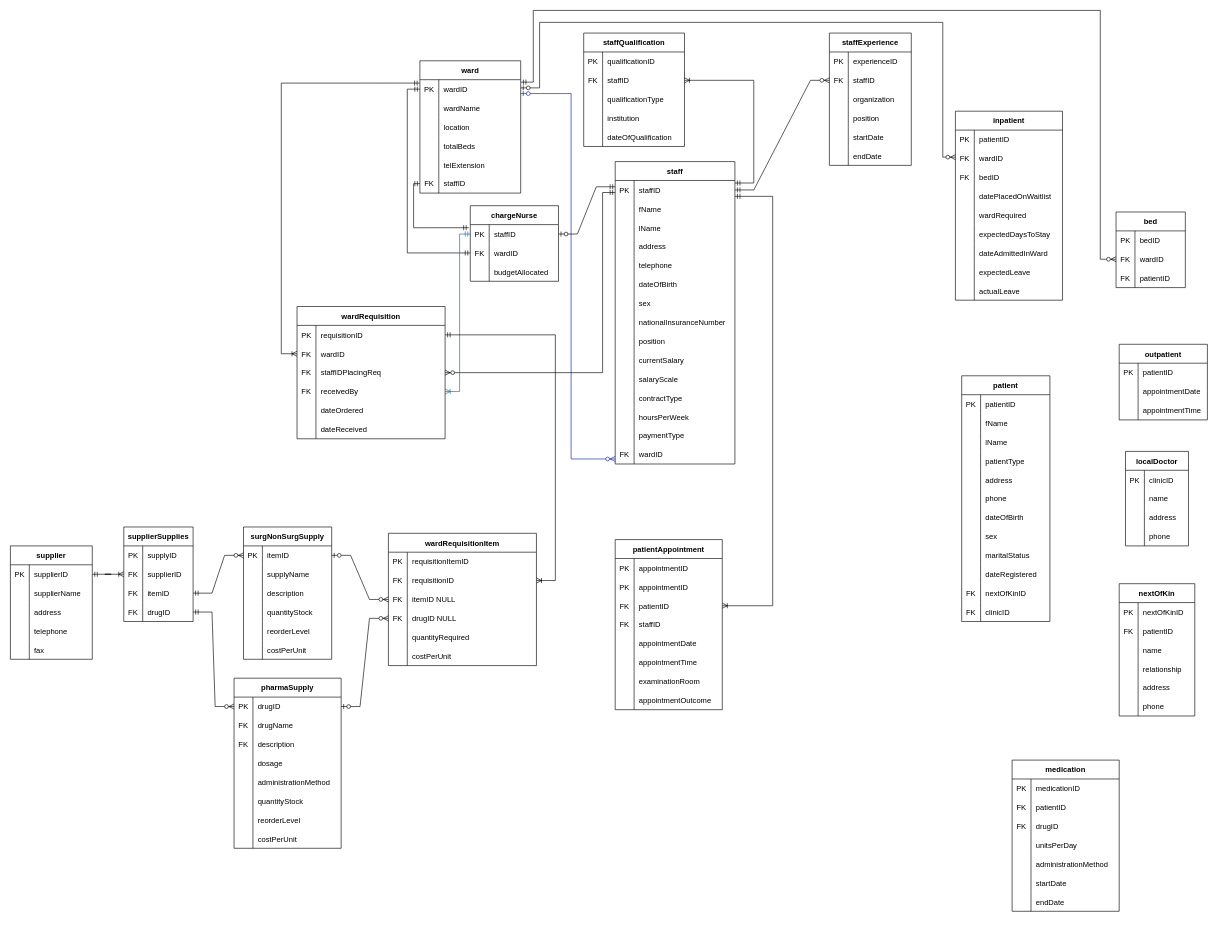
Before: page "ERD" (3 of 3) of meadows.drawio in reynchick/meadows, a draw.io diagram. Source tidied: cells renumbered, new cells numbered last; positions are measured from the earlier drawing's top-left corner, leaving out a move shared by most shapes. Both pictures are drawn from the tidied source at 63%, with x=0, y=0 at pixel (10, 10).
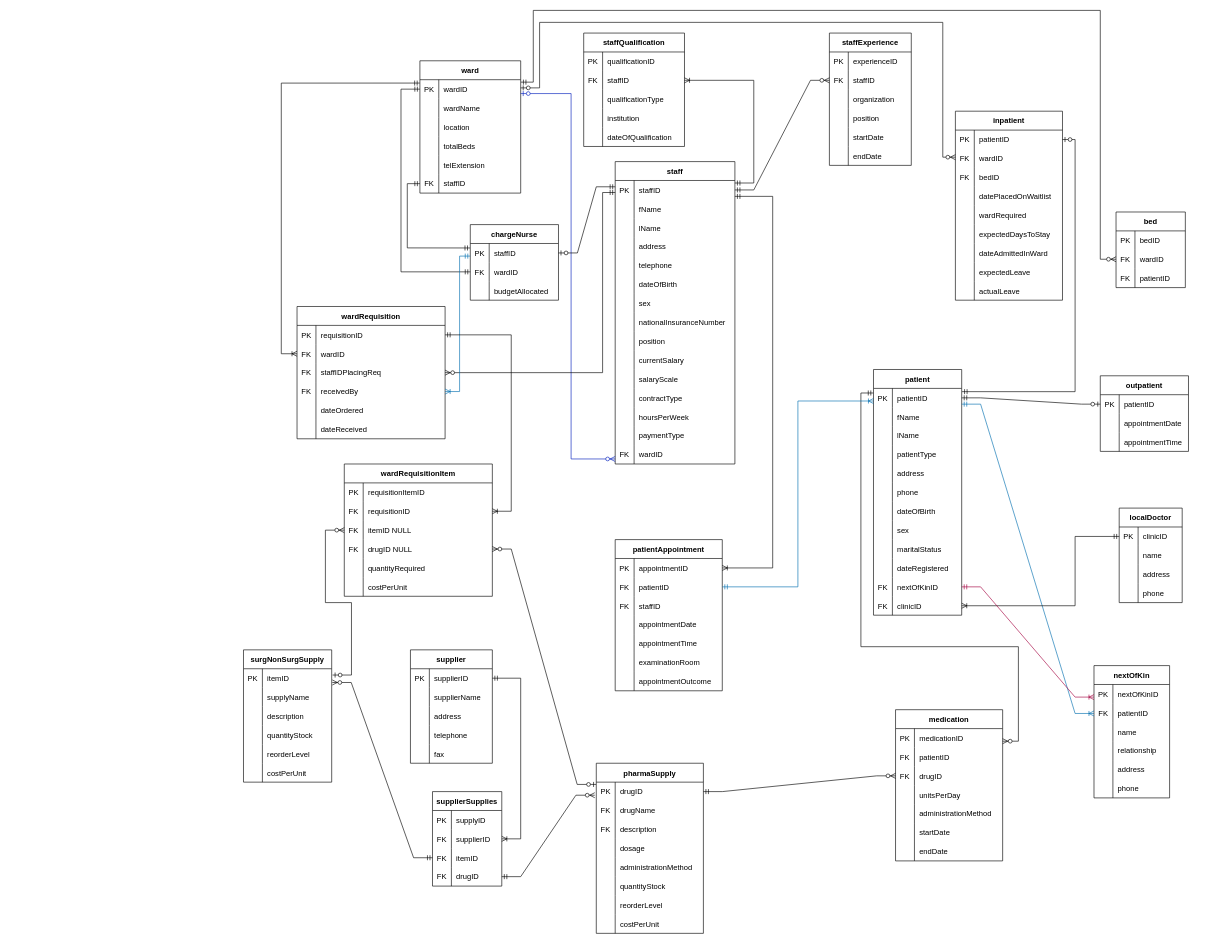
The same diagram, later.

The change refers to these unchanged cells:
```xml
<mxCell id="3" style="shape=tableRow;horizontal=0;startSize=0;swimlaneHead=0;swimlaneBody=0;fillColor=none;points=[[0,0.5],[1,0.5]];portConstraint=eastwest;strokeColor=inherit;top=0;left=0;right=0;bottom=0;" parent="2" vertex="1">
  <mxGeometry y="30" width="160" height="30" as="geometry" />
</mxCell>
<mxCell id="18" style="shape=tableRow;horizontal=0;startSize=0;swimlaneHead=0;swimlaneBody=0;fillColor=none;points=[[0,0.5],[1,0.5]];portConstraint=eastwest;strokeColor=inherit;top=0;left=0;right=0;bottom=0;" parent="2" vertex="1">
  <mxGeometry y="180" width="160" height="30" as="geometry" />
</mxCell>
<mxCell id="22" style="shape=tableRow;horizontal=0;startSize=0;swimlaneHead=0;swimlaneBody=0;fillColor=none;points=[[0,0.5],[1,0.5]];portConstraint=eastwest;strokeColor=inherit;top=0;left=0;right=0;bottom=0;" parent="21" vertex="1">
  <mxGeometry y="30" width="190" height="30" as="geometry" />
</mxCell>
<mxCell id="103" style="shape=tableRow;horizontal=0;startSize=0;swimlaneHead=0;swimlaneBody=0;fillColor=none;points=[[0,0.5],[1,0.5]];portConstraint=eastwest;strokeColor=inherit;top=0;left=0;right=0;bottom=0;" parent="102" vertex="1">
  <mxGeometry y="30" width="140" height="30" as="geometry" />
</mxCell>
<mxCell id="106" style="shape=tableRow;horizontal=0;startSize=0;swimlaneHead=0;swimlaneBody=0;fillColor=none;points=[[0,0.5],[1,0.5]];portConstraint=eastwest;strokeColor=inherit;top=0;left=0;right=0;bottom=0;" parent="102" vertex="1">
  <mxGeometry y="60" width="140" height="30" as="geometry" />
</mxCell>
<mxCell id="113" style="shape=tableRow;horizontal=0;startSize=0;swimlaneHead=0;swimlaneBody=0;fillColor=none;points=[[0,0.5],[1,0.5]];portConstraint=eastwest;strokeColor=inherit;top=0;left=0;right=0;bottom=0;" parent="112" vertex="1">
  <mxGeometry y="30" width="140" height="30" as="geometry" />
</mxCell>
<mxCell id="143" style="shape=tableRow;horizontal=0;startSize=0;swimlaneHead=0;swimlaneBody=0;fillColor=none;points=[[0,0.5],[1,0.5]];portConstraint=eastwest;strokeColor=inherit;top=0;left=0;right=0;bottom=0;" parent="112" vertex="1">
  <mxGeometry y="330" width="140" height="30" as="geometry" />
</mxCell>
<mxCell id="146" style="shape=tableRow;horizontal=0;startSize=0;swimlaneHead=0;swimlaneBody=0;fillColor=none;points=[[0,0.5],[1,0.5]];portConstraint=eastwest;strokeColor=inherit;top=0;left=0;right=0;bottom=0;" parent="112" vertex="1">
  <mxGeometry y="360" width="140" height="30" as="geometry" />
</mxCell>
<mxCell id="150" style="shape=tableRow;horizontal=0;startSize=0;swimlaneHead=0;swimlaneBody=0;fillColor=none;points=[[0,0.5],[1,0.5]];portConstraint=eastwest;strokeColor=inherit;top=0;left=0;right=0;bottom=0;" parent="149" vertex="1">
  <mxGeometry y="30" width="120" height="30" as="geometry" />
</mxCell>
<mxCell id="169" style="shape=tableRow;horizontal=0;startSize=0;swimlaneHead=0;swimlaneBody=0;fillColor=none;points=[[0,0.5],[1,0.5]];portConstraint=eastwest;strokeColor=inherit;top=0;left=0;right=0;bottom=0;" parent="168" vertex="1">
  <mxGeometry y="30" width="100" height="30" as="geometry" />
</mxCell>
<mxCell id="207" style="shape=tableRow;horizontal=0;startSize=0;swimlaneHead=0;swimlaneBody=0;fillColor=none;points=[[0,0.5],[1,0.5]];portConstraint=eastwest;strokeColor=inherit;top=0;left=0;right=0;bottom=0;" parent="206" vertex="1">
  <mxGeometry y="30" width="170" height="30" as="geometry" />
</mxCell>
<mxCell id="245" style="shape=tableRow;horizontal=0;startSize=0;swimlaneHead=0;swimlaneBody=0;fillColor=none;points=[[0,0.5],[1,0.5]];portConstraint=eastwest;strokeColor=inherit;top=0;left=0;right=0;bottom=0;" parent="244" vertex="1">
  <mxGeometry y="30" width="170" height="30" as="geometry" />
</mxCell>
<mxCell id="251" style="shape=tableRow;horizontal=0;startSize=0;swimlaneHead=0;swimlaneBody=0;fillColor=none;points=[[0,0.5],[1,0.5]];portConstraint=eastwest;strokeColor=inherit;top=0;left=0;right=0;bottom=0;" parent="244" vertex="1">
  <mxGeometry y="90" width="170" height="30" as="geometry" />
</mxCell>
<mxCell id="289" style="shape=tableRow;horizontal=0;startSize=0;swimlaneHead=0;swimlaneBody=0;fillColor=none;points=[[0,0.5],[1,0.5]];portConstraint=eastwest;strokeColor=inherit;top=0;left=0;right=0;bottom=0;" parent="282" vertex="1">
  <mxGeometry y="90" width="110" height="30" as="geometry" />
</mxCell>
<mxCell id="292" style="shape=tableRow;horizontal=0;startSize=0;swimlaneHead=0;swimlaneBody=0;fillColor=none;points=[[0,0.5],[1,0.5]];portConstraint=eastwest;strokeColor=inherit;top=0;left=0;right=0;bottom=0;" parent="282" vertex="1">
  <mxGeometry y="120" width="110" height="30" as="geometry" />
</mxCell>
<mxCell id="296" style="shape=tableRow;horizontal=0;startSize=0;swimlaneHead=0;swimlaneBody=0;fillColor=none;points=[[0,0.5],[1,0.5]];portConstraint=eastwest;strokeColor=inherit;top=0;left=0;right=0;bottom=0;" parent="295" vertex="1">
  <mxGeometry y="30" width="140" height="30" as="geometry" />
</mxCell>
<mxCell id="308" style="shape=tableRow;horizontal=0;startSize=0;swimlaneHead=0;swimlaneBody=0;fillColor=none;points=[[0,0.5],[1,0.5]];portConstraint=eastwest;strokeColor=inherit;top=0;left=0;right=0;bottom=0;" parent="307" vertex="1">
  <mxGeometry y="30" width="140" height="30" as="geometry" />
</mxCell>
<mxCell id="328" style="shape=tableRow;horizontal=0;startSize=0;swimlaneHead=0;swimlaneBody=0;fillColor=none;points=[[0,0.5],[1,0.5]];portConstraint=eastwest;strokeColor=inherit;top=0;left=0;right=0;bottom=0;" parent="327" vertex="1">
  <mxGeometry y="30" width="170" height="30" as="geometry" />
</mxCell>
<mxCell id="363" style="shape=tableRow;horizontal=0;startSize=0;swimlaneHead=0;swimlaneBody=0;fillColor=none;points=[[0,0.5],[1,0.5]];portConstraint=eastwest;strokeColor=inherit;top=0;left=0;right=0;bottom=0;" parent="353" vertex="1">
  <mxGeometry y="120" width="235" height="30" as="geometry" />
</mxCell>
<mxCell id="379" style="shape=tableRow;horizontal=0;startSize=0;swimlaneHead=0;swimlaneBody=0;fillColor=none;points=[[0,0.5],[1,0.5]];portConstraint=eastwest;strokeColor=inherit;top=0;left=0;right=0;bottom=0;" parent="372" vertex="1">
  <mxGeometry y="90" width="235" height="30" as="geometry" />
</mxCell>
<mxCell id="382" style="shape=tableRow;horizontal=0;startSize=0;swimlaneHead=0;swimlaneBody=0;fillColor=none;points=[[0,0.5],[1,0.5]];portConstraint=eastwest;strokeColor=inherit;top=0;left=0;right=0;bottom=0;" parent="372" vertex="1">
  <mxGeometry y="120" width="235" height="30" as="geometry" />
</mxCell>
```

Change to the diagram source:
```diff
@@
     <mxCell id="102" value="chargeNurse" style="shape=table;startSize=30;childLayout=tableLayout;rowLines=0;fontStyle=1;align=center;" parent="1" vertex="1">
-      <mxGeometry x="730" y="310" width="140" height="120" as="geometry" />
+      <mxGeometry x="730" y="340" width="140" height="120" as="geometry" />
     </mxCell>
@@
     <mxCell id="112" value="patient" style="shape=table;startSize=30;childLayout=tableLayout;rowLines=0;fontStyle=1;align=center;" parent="1" vertex="1">
-      <mxGeometry x="1510" y="580" width="140" height="390" as="geometry" />
+      <mxGeometry x="1370" y="570" width="140" height="390" as="geometry" />
     </mxCell>
@@
     <mxCell id="149" value="nextOfKin" style="shape=table;startSize=30;childLayout=tableLayout;rowLines=0;fontStyle=1;align=center;" parent="1" vertex="1">
-      <mxGeometry x="1760" y="910" width="120" height="210" as="geometry" />
+      <mxGeometry x="1720" y="1040" width="120" height="210" as="geometry" />
     </mxCell>
@@
     <mxCell id="168" value="localDoctor" style="shape=table;startSize=30;childLayout=tableLayout;rowLines=0;fontStyle=1;align=center;" parent="1" vertex="1">
-      <mxGeometry x="1770" y="700" width="100" height="150" as="geometry" />
+      <mxGeometry x="1760" y="790" width="100" height="150" as="geometry" />
     </mxCell>
@@
     <mxCell id="181" value="patientAppointment" style="shape=table;startSize=30;childLayout=tableLayout;rowLines=0;fontStyle=1;align=center;" parent="1" vertex="1">
-      <mxGeometry x="960" y="840" width="170" height="270" as="geometry" />
+      <mxGeometry x="960" y="840" width="170" height="240" as="geometry" />
     </mxCell>
-    <mxCell id="182" style="shape=tableRow;horizontal=0;startSize=0;swimlaneHead=0;swimlaneBody=0;fillColor=none;strokeColor=inherit;top=0;left=0;right=0;bottom=0;" parent="181" vertex="1">
-      <mxGeometry y="30" width="170" height="30" as="geometry" />
-    </mxCell>
-    <mxCell id="183" value="PK" style="shape=partialRectangle;overflow=hidden;fillColor=none;strokeColor=inherit;top=0;left=0;bottom=0;right=0;" parent="182" vertex="1">
-      <mxGeometry width="30" height="30" as="geometry" />
-    </mxCell>
-    <mxCell id="184" value="appointmentID" style="shape=partialRectangle;overflow=hidden;fillColor=none;align=left;strokeColor=inherit;top=0;left=0;bottom=0;right=0;spacingLeft=6;" parent="182" vertex="1">
-      <mxGeometry x="30" width="140" height="30" as="geometry" />
-    </mxCell>
     <mxCell id="185" style="shape=tableRow;horizontal=0;startSize=0;swimlaneHead=0;swimlaneBody=0;fillColor=none;points=[[0,0.5],[1,0.5]];portConstraint=eastwest;strokeColor=inherit;top=0;left=0;right=0;bottom=0;" parent="181" vertex="1">
-      <mxGeometry y="60" width="170" height="30" as="geometry" />
+      <mxGeometry y="30" width="170" height="30" as="geometry" />
     </mxCell>
@@
     <mxCell id="188" style="shape=tableRow;horizontal=0;startSize=0;swimlaneHead=0;swimlaneBody=0;fillColor=none;points=[[0,0.5],[1,0.5]];portConstraint=eastwest;strokeColor=inherit;top=0;left=0;right=0;bottom=0;" parent="181" vertex="1">
-      <mxGeometry y="90" width="170" height="30" as="geometry" />
+      <mxGeometry y="60" width="170" height="30" as="geometry" />
     </mxCell>
@@
     <mxCell id="191" style="shape=tableRow;horizontal=0;startSize=0;swimlaneHead=0;swimlaneBody=0;fillColor=none;strokeColor=inherit;top=0;left=0;right=0;bottom=0;" parent="181" vertex="1">
-      <mxGeometry y="120" width="170" height="30" as="geometry" />
+      <mxGeometry y="90" width="170" height="30" as="geometry" />
     </mxCell>
@@
     <mxCell id="194" style="shape=tableRow;horizontal=0;startSize=0;swimlaneHead=0;swimlaneBody=0;fillColor=none;strokeColor=inherit;top=0;left=0;right=0;bottom=0;" parent="181" vertex="1">
-      <mxGeometry y="150" width="170" height="30" as="geometry" />
+      <mxGeometry y="120" width="170" height="30" as="geometry" />
     </mxCell>
@@
     <mxCell id="197" style="shape=tableRow;horizontal=0;startSize=0;swimlaneHead=0;swimlaneBody=0;fillColor=none;strokeColor=inherit;top=0;left=0;right=0;bottom=0;" parent="181" vertex="1">
-      <mxGeometry y="180" width="170" height="30" as="geometry" />
+      <mxGeometry y="150" width="170" height="30" as="geometry" />
     </mxCell>
@@
     <mxCell id="200" style="shape=tableRow;horizontal=0;startSize=0;swimlaneHead=0;swimlaneBody=0;fillColor=none;strokeColor=inherit;top=0;left=0;right=0;bottom=0;" parent="181" vertex="1">
-      <mxGeometry y="210" width="170" height="30" as="geometry" />
+      <mxGeometry y="180" width="170" height="30" as="geometry" />
     </mxCell>
@@
     <mxCell id="203" style="shape=tableRow;horizontal=0;startSize=0;swimlaneHead=0;swimlaneBody=0;fillColor=none;strokeColor=inherit;top=0;left=0;right=0;bottom=0;" parent="181" vertex="1">
-      <mxGeometry y="240" width="170" height="30" as="geometry" />
+      <mxGeometry y="210" width="170" height="30" as="geometry" />
     </mxCell>
@@
     <mxCell id="244" value="medication" style="shape=table;startSize=30;childLayout=tableLayout;rowLines=0;fontStyle=1;align=center;" parent="1" vertex="1">
-      <mxGeometry x="1590" y="1190" width="170" height="240" as="geometry" />
+      <mxGeometry x="1405" y="1110" width="170" height="240" as="geometry" />
     </mxCell>
@@
     <mxCell id="266" value="supplier" style="shape=table;startSize=30;childLayout=tableLayout;rowLines=0;fontStyle=1;align=center;" parent="1" vertex="1">
-      <mxGeometry y="850" width="130" height="180" as="geometry" />
+      <mxGeometry x="635" y="1015" width="130" height="180" as="geometry" />
     </mxCell>
@@
     <mxCell id="282" value="supplierSupplies" style="shape=table;startSize=30;childLayout=tableLayout;rowLines=0;fontStyle=1;align=center;" parent="1" vertex="1">
-      <mxGeometry x="180" y="820" width="110" height="150" as="geometry" />
+      <mxGeometry x="670" y="1240" width="110" height="150" as="geometry" />
     </mxCell>
@@
     <mxCell id="295" value="outpatient" style="shape=table;startSize=30;childLayout=tableLayout;rowLines=0;fontStyle=1;align=center;" parent="1" vertex="1">
-      <mxGeometry x="1760" y="530" width="140" height="120" as="geometry" />
+      <mxGeometry x="1730" y="580" width="140" height="120" as="geometry" />
     </mxCell>
@@
     <mxCell id="307" value="surgNonSurgSupply" style="shape=table;startSize=30;childLayout=tableLayout;rowLines=0;fontStyle=1;align=center;" parent="1" vertex="1">
-      <mxGeometry x="370" y="820" width="140" height="210" as="geometry" />
+      <mxGeometry x="370" y="1015" width="140" height="210" as="geometry" />
     </mxCell>
@@
     <mxCell id="327" value="pharmaSupply" style="shape=table;startSize=30;childLayout=tableLayout;rowLines=0;fontStyle=1;align=center;" parent="1" vertex="1">
-      <mxGeometry x="355" y="1060" width="170" height="270" as="geometry" />
+      <mxGeometry x="930" y="1195" width="170" height="270" as="geometry" />
     </mxCell>
@@
     <mxCell id="372" value="wardRequisitionItem" style="shape=table;startSize=30;childLayout=tableLayout;rowLines=0;fontStyle=1;align=center;" parent="1" vertex="1">
-      <mxGeometry x="600" y="830" width="235" height="210" as="geometry" />
+      <mxGeometry x="530" y="720" width="235" height="210" as="geometry" />
     </mxCell>
@@
-    <mxCell id="391" style="edgeStyle=orthogonalEdgeStyle;fontSize=12;html=1;endArrow=ERoneToMany;startArrow=ERmandOne;rounded=0;exitX=1;exitY=0.84;exitDx=0;exitDy=0;exitPerimeter=0;entryX=1;entryY=0.5;entryDx=0;entryDy=0;" parent="1" edge="1" source="22" target="188">
+    <mxCell id="391" style="edgeStyle=orthogonalEdgeStyle;fontSize=12;html=1;endArrow=ERoneToMany;startArrow=ERmandOne;rounded=0;exitX=1;exitY=0.84;exitDx=0;exitDy=0;exitPerimeter=0;entryX=1;entryY=0.5;entryDx=0;entryDy=0;" parent="1" edge="1" source="22" target="185">
       <mxGeometry relative="1" as="geometry">
         <Array as="points">
           <mxPoint x="1210" y="295" />
-          <mxPoint x="1210" y="945" />
+          <mxPoint x="1210" y="885" />
         </Array>
       </mxGeometry>
     </mxCell>
@@
-    <mxCell id="394" style="edgeStyle=orthogonalEdgeStyle;fontSize=12;html=1;endArrow=ERmandOne;startArrow=ERmandOne;rounded=0;entryX=0;entryY=0.5;entryDx=0;entryDy=0;exitX=0;exitY=0.5;exitDx=0;exitDy=0;" parent="1" edge="1" source="3" target="106">
+    <mxCell id="394" style="edgeStyle=orthogonalEdgeStyle;fontSize=12;html=1;endArrow=ERmandOne;startArrow=ERmandOne;rounded=0;exitX=0;exitY=0.5;exitDx=0;exitDy=0;entryX=0;entryY=0.5;entryDx=0;entryDy=0;" parent="1" edge="1" source="3" target="106">
       <mxGeometry relative="1" as="geometry">
         <Array as="points">
-          <mxPoint x="630" y="125" />
-          <mxPoint x="630" y="385" />
+          <mxPoint x="620" y="125" />
+          <mxPoint x="620" y="415" />
         </Array>
       </mxGeometry>
     </mxCell>
-    <mxCell id="395" style="edgeStyle=entityRelationEdgeStyle;fontSize=12;html=1;endArrow=ERzeroToMany;startArrow=ERmandOne;rounded=0;" parent="1" edge="1" source="289" target="308">
+    <mxCell id="395" style="edgeStyle=entityRelationEdgeStyle;fontSize=12;html=1;endArrow=ERzeroToMany;startArrow=ERmandOne;rounded=0;entryX=1.007;entryY=0.727;entryDx=0;entryDy=0;entryPerimeter=0;" parent="1" edge="1" source="289" target="308">
       <mxGeometry relative="1" as="geometry" />
     </mxCell>
@@
-    <mxCell id="397" style="edgeStyle=entityRelationEdgeStyle;fontSize=12;html=1;endArrow=ERzeroToMany;startArrow=ERmandOne;rounded=0;" parent="1" edge="1" source="292" target="328">
+    <mxCell id="397" style="edgeStyle=entityRelationEdgeStyle;fontSize=12;html=1;endArrow=ERzeroToMany;startArrow=ERmandOne;rounded=0;entryX=-0.014;entryY=0.691;entryDx=0;entryDy=0;entryPerimeter=0;" parent="1" edge="1" source="292" target="328">
       <mxGeometry relative="1" as="geometry" />
     </mxCell>
@@
-    <mxCell id="400" style="edgeStyle=orthogonalEdgeStyle;fontSize=12;html=1;endArrow=ERoneToMany;startArrow=ERmandOne;rounded=0;exitX=0;exitY=0.5;exitDx=0;exitDy=0;entryX=1;entryY=0.5;entryDx=0;entryDy=0;fillColor=#1ba1e2;strokeColor=#006EAF;" parent="1" edge="1" source="103" target="363">
+    <mxCell id="400" style="edgeStyle=orthogonalEdgeStyle;fontSize=12;html=1;endArrow=ERoneToMany;startArrow=ERmandOne;rounded=0;entryX=1;entryY=0.5;entryDx=0;entryDy=0;fillColor=#1ba1e2;strokeColor=#006EAF;exitX=0;exitY=0.667;exitDx=0;exitDy=0;exitPerimeter=0;" parent="1" edge="1" source="103" target="363">
       <mxGeometry relative="1" as="geometry">
         <Array as="points">
-          <mxPoint x="713" y="355" />
+          <mxPoint x="713" y="390" />
           <mxPoint x="713" y="605" />
         </Array>
       </mxGeometry>
     </mxCell>
-    <mxCell id="401" style="edgeStyle=orthogonalEdgeStyle;fontSize=12;html=1;endArrow=ERmandOne;startArrow=ERmandOne;rounded=0;entryX=0;entryY=0.5;entryDx=0;entryDy=0;exitX=-0.018;exitY=0.165;exitDx=0;exitDy=0;exitPerimeter=0;" parent="1" edge="1" source="103" target="18">
-      <mxGeometry relative="1" as="geometry" />
+    <mxCell id="401" style="edgeStyle=orthogonalEdgeStyle;fontSize=12;html=1;endArrow=ERmandOne;startArrow=ERmandOne;rounded=0;entryX=0;entryY=0.5;entryDx=0;entryDy=0;exitX=-0.003;exitY=0.237;exitDx=0;exitDy=0;exitPerimeter=0;" parent="1" edge="1" source="103" target="18">
+      <mxGeometry relative="1" as="geometry">
+        <Array as="points">
+          <mxPoint x="720" y="377" />
+          <mxPoint x="630" y="377" />
+          <mxPoint x="630" y="275" />
+        </Array>
+      </mxGeometry>
     </mxCell>
@@
-    <mxCell id="403" style="edgeStyle=entityRelationEdgeStyle;fontSize=12;html=1;endArrow=ERzeroToMany;startArrow=ERzeroToOne;rounded=0;entryX=0;entryY=0.5;entryDx=0;entryDy=0;exitX=1;exitY=0.5;exitDx=0;exitDy=0;" parent="1" edge="1" source="308" target="379">
+    <mxCell id="403" style="edgeStyle=entityRelationEdgeStyle;fontSize=12;html=1;endArrow=ERzeroToMany;startArrow=ERzeroToOne;rounded=0;entryX=0;entryY=0.5;entryDx=0;entryDy=0;exitX=1.01;exitY=0.333;exitDx=0;exitDy=0;exitPerimeter=0;" parent="1" edge="1" source="308" target="379">
       <mxGeometry relative="1" as="geometry">
         <Array as="points">
           <mxPoint x="830" y="1110" />
+          <mxPoint x="550" y="1000" />
+          <mxPoint x="370" y="930" />
+          <mxPoint x="520" y="960" />
+          <mxPoint x="520" y="960" />
+          <mxPoint x="520" y="960" />
+          <mxPoint x="520" y="960" />
         </Array>
       </mxGeometry>
     </mxCell>
-    <mxCell id="404" style="edgeStyle=entityRelationEdgeStyle;fontSize=12;html=1;endArrow=ERzeroToMany;startArrow=ERzeroToOne;rounded=0;entryX=0;entryY=0.5;entryDx=0;entryDy=0;exitX=1;exitY=0.5;exitDx=0;exitDy=0;" parent="1" edge="1" source="328" target="382">
+    <mxCell id="404" style="edgeStyle=entityRelationEdgeStyle;fontSize=12;html=1;endArrow=ERzeroToMany;startArrow=ERzeroToOne;rounded=0;entryX=1;entryY=0.5;entryDx=0;entryDy=0;exitX=-0.002;exitY=0.121;exitDx=0;exitDy=0;exitPerimeter=0;" parent="1" edge="1" source="328" target="382">
       <mxGeometry relative="1" as="geometry">
         <Array as="points">
           <mxPoint x="840" y="1120" />
         </Array>
       </mxGeometry>
     </mxCell>
+    <mxCell id="405" style="edgeStyle=entityRelationEdgeStyle;fontSize=12;html=1;endArrow=ERzeroToMany;startArrow=ERmandOne;rounded=0;entryX=0;entryY=0.5;entryDx=0;entryDy=0;" parent="1" edge="1" source="328" target="251">
+      <mxGeometry relative="1" as="geometry">
+        <Array as="points">
+          <mxPoint x="1610" y="1270" />
+          <mxPoint x="1210" y="1510" />
+        </Array>
+      </mxGeometry>
+    </mxCell>
+    <mxCell id="406" style="edgeStyle=orthogonalEdgeStyle;fontSize=12;html=1;endArrow=ERzeroToMany;startArrow=ERmandOne;rounded=0;exitX=-0.002;exitY=0.243;exitDx=0;exitDy=0;exitPerimeter=0;" parent="1" edge="1" source="113" target="245">
+      <mxGeometry relative="1" as="geometry">
+        <Array as="points">
+          <mxPoint x="1350" y="607" />
+          <mxPoint x="1350" y="1010" />
+          <mxPoint x="1600" y="1010" />
+          <mxPoint x="1600" y="1160" />
+        </Array>
+      </mxGeometry>
+    </mxCell>
+    <mxCell id="407" style="edgeStyle=entityRelationEdgeStyle;fontSize=12;html=1;endArrow=ERoneToMany;startArrow=ERmandOne;rounded=0;entryX=0;entryY=0.5;entryDx=0;entryDy=0;fillColor=#1ba1e2;strokeColor=#006EAF;" parent="1" edge="1">
+      <mxGeometry relative="1" as="geometry">
+        <mxPoint x="1510" y="625" as="sourcePoint" />
+        <mxPoint x="1720" y="1116" as="targetPoint" />
+      </mxGeometry>
+    </mxCell>
+    <mxCell id="408" style="edgeStyle=orthogonalEdgeStyle;fontSize=12;html=1;endArrow=ERoneToMany;startArrow=ERmandOne;rounded=0;exitX=0;exitY=0.5;exitDx=0;exitDy=0;entryX=1;entryY=0.5;entryDx=0;entryDy=0;" parent="1" edge="1" source="169" target="146">
+      <mxGeometry relative="1" as="geometry">
+        <Array as="points">
+          <mxPoint x="1690" y="835" />
+          <mxPoint x="1690" y="945" />
+        </Array>
+      </mxGeometry>
+    </mxCell>
+    <mxCell id="409" style="edgeStyle=entityRelationEdgeStyle;fontSize=12;html=1;endArrow=ERzeroToOne;startArrow=ERmandOne;rounded=0;entryX=0;entryY=0.5;entryDx=0;entryDy=0;exitX=1;exitY=0.5;exitDx=0;exitDy=0;" parent="1" edge="1" source="113" target="296">
+      <mxGeometry relative="1" as="geometry" />
+    </mxCell>
+    <mxCell id="410" style="edgeStyle=orthogonalEdgeStyle;fontSize=12;html=1;endArrow=ERzeroToOne;startArrow=ERmandOne;rounded=0;entryX=1;entryY=0.5;entryDx=0;entryDy=0;exitX=1.004;exitY=0.172;exitDx=0;exitDy=0;exitPerimeter=0;" parent="1" edge="1" source="113" target="207">
+      <mxGeometry relative="1" as="geometry">
+        <Array as="points">
+          <mxPoint x="1690" y="605" />
+          <mxPoint x="1690" y="205" />
+        </Array>
+      </mxGeometry>
+    </mxCell>
+    <mxCell id="411" style="edgeStyle=orthogonalEdgeStyle;fontSize=12;html=1;endArrow=ERoneToMany;startArrow=ERmandOne;rounded=0;exitX=1;exitY=0.5;exitDx=0;exitDy=0;entryX=0;entryY=0.667;entryDx=0;entryDy=0;entryPerimeter=0;fillColor=#1ba1e2;strokeColor=#006EAF;" parent="1" edge="1" source="188" target="113">
+      <mxGeometry relative="1" as="geometry" />
+    </mxCell>
+    <mxCell id="412" style="edgeStyle=entityRelationEdgeStyle;fontSize=12;html=1;endArrow=ERoneToMany;startArrow=ERmandOne;rounded=0;entryX=0;entryY=0.667;entryDx=0;entryDy=0;fillColor=#d80073;strokeColor=light-dark(#A50040,#B5739D);exitX=1;exitY=0.5;exitDx=0;exitDy=0;entryPerimeter=0;" parent="1" edge="1" source="143" target="150">
+      <mxGeometry relative="1" as="geometry" />
+    </mxCell>
```
